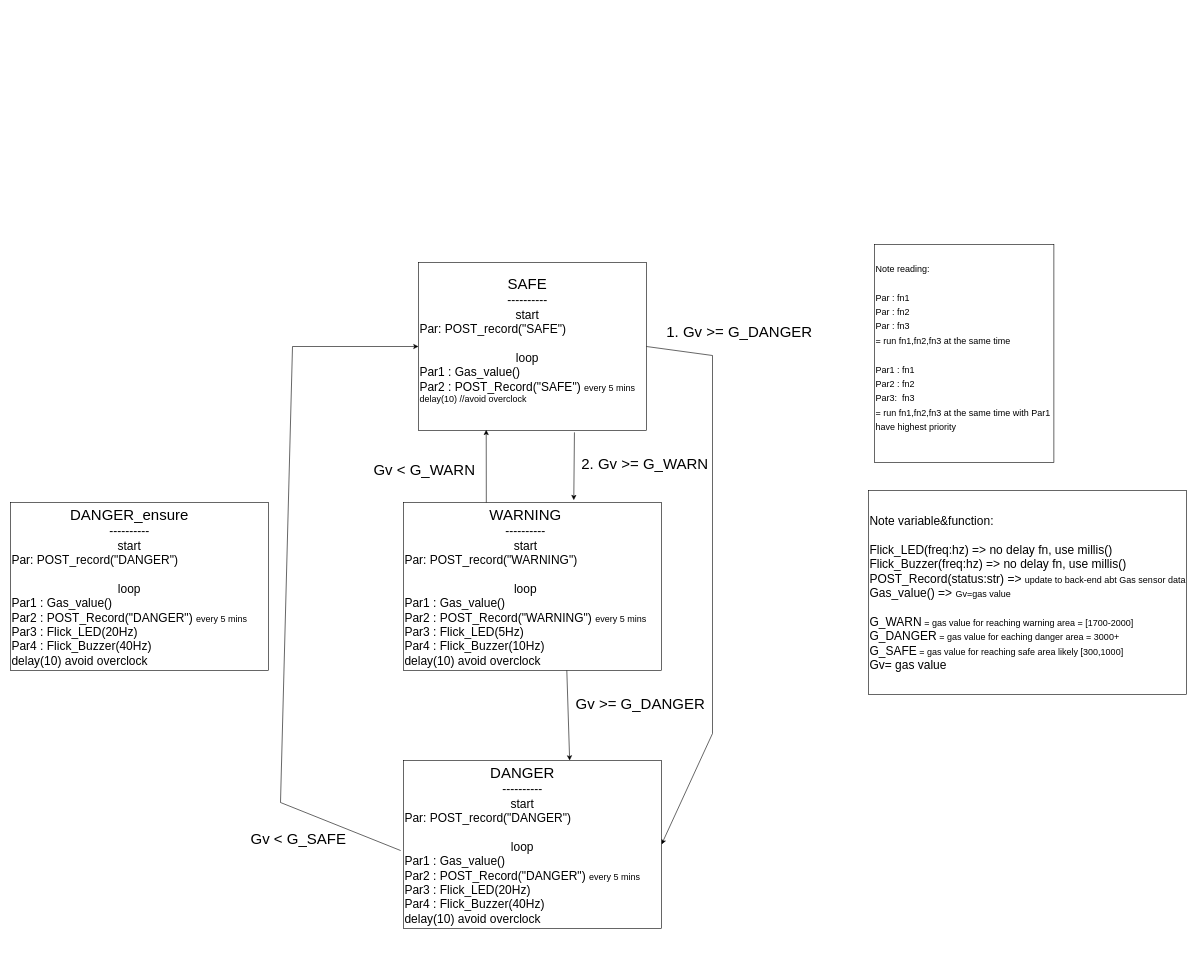
Before: Gas-Detector-State.drawio in exceed19-02/Gas-detector-hardware, a draw.io diagram. Source tidied: cells renumbered, new cells numbered last; positions are measured from the earlier drawing's top-left corner, leaving out a move shared by most shapes. Both pictures are drawn from the tidied source at 60%, with x=0, y=0 at pixel (10, 244).
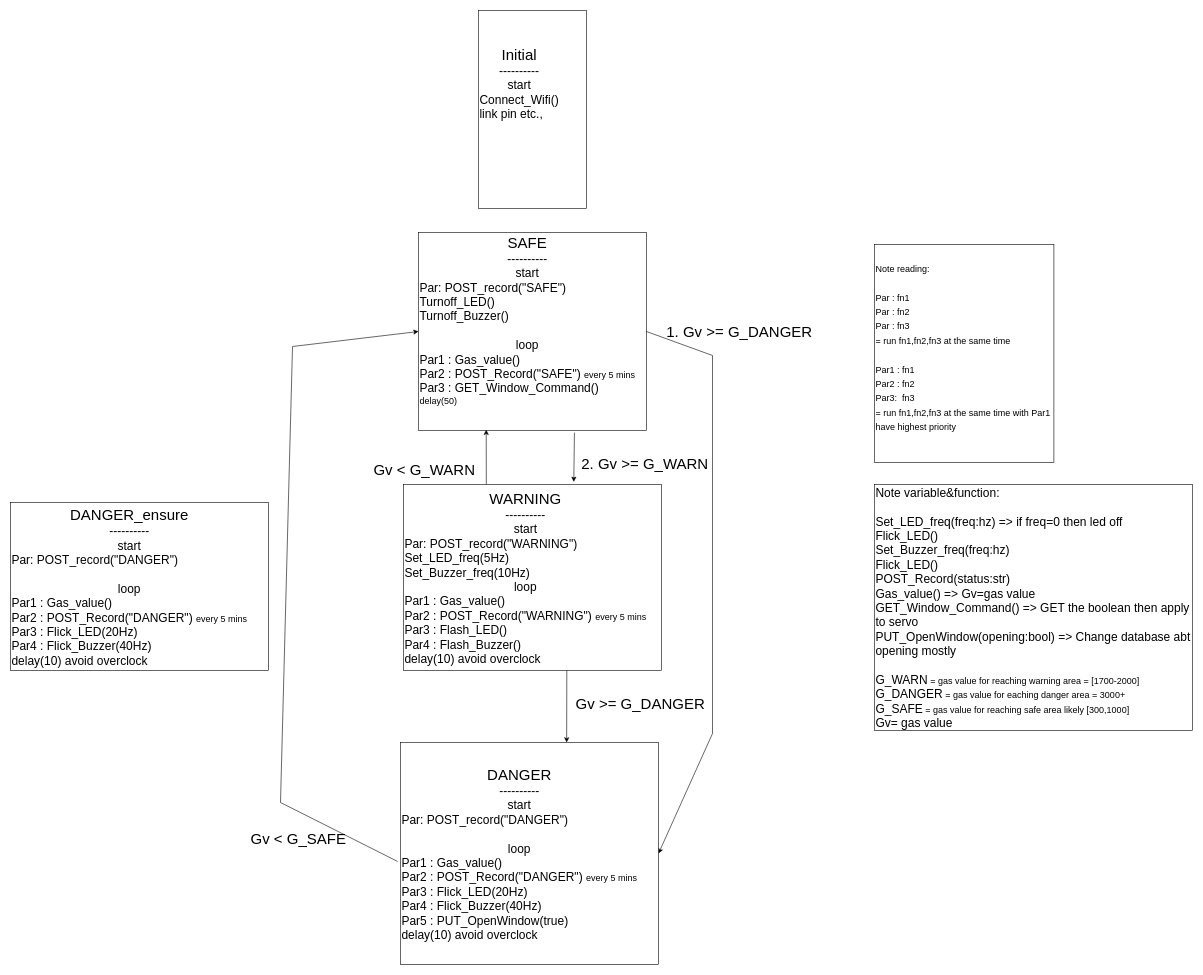
After the change.

Diff of the diagram source:
```diff
@@
-    <mxCell id="2" value="&lt;div style=&quot;text-align: center;&quot;&gt;&lt;span style=&quot;background-color: initial;&quot;&gt;&lt;font style=&quot;font-size: 25px;&quot;&gt;SAFE&lt;/font&gt;&lt;/span&gt;&lt;/div&gt;&lt;div style=&quot;text-align: center; font-size: 20px;&quot;&gt;&lt;span style=&quot;background-color: initial;&quot;&gt;&lt;font style=&quot;font-size: 20px;&quot;&gt;----------&lt;/font&gt;&lt;/span&gt;&lt;/div&gt;&lt;div style=&quot;text-align: center; font-size: 20px;&quot;&gt;start&lt;/div&gt;&lt;div style=&quot;font-size: 20px;&quot;&gt;Par: POST_record(&quot;SAFE&quot;)&lt;/div&gt;&lt;div style=&quot;font-size: 20px;&quot;&gt;&lt;br&gt;&lt;/div&gt;&lt;div style=&quot;text-align: center; font-size: 20px;&quot;&gt;&lt;font style=&quot;font-size: 20px;&quot;&gt;loop&lt;/font&gt;&lt;/div&gt;&lt;div style=&quot;font-size: 20px;&quot;&gt;Par1 : Gas_value()&lt;br&gt;&lt;/div&gt;&lt;div style=&quot;&quot;&gt;&lt;font style=&quot;font-size: 20px;&quot;&gt;Par2 : POST_Record(&quot;SAFE&quot;) &lt;/font&gt;&lt;font style=&quot;font-size: 15px;&quot;&gt;every 5 mins&lt;/font&gt;&lt;/div&gt;&lt;div style=&quot;&quot;&gt;&lt;span style=&quot;font-size: 15px;&quot;&gt;delay(10) //avoid overclock&lt;/span&gt;&lt;/div&gt;&lt;div style=&quot;font-size: 20px;&quot;&gt;&lt;br&gt;&lt;/div&gt;" style="rounded=0;whiteSpace=wrap;html=1;align=left;" parent="1" vertex="1">
-      <mxGeometry x="680" y="30" width="380" height="280" as="geometry" />
+    <mxCell id="2" value="&lt;div style=&quot;text-align: center;&quot;&gt;&lt;span style=&quot;background-color: initial;&quot;&gt;&lt;font style=&quot;font-size: 25px;&quot;&gt;SAFE&lt;/font&gt;&lt;/span&gt;&lt;/div&gt;&lt;div style=&quot;text-align: center; font-size: 20px;&quot;&gt;&lt;span style=&quot;background-color: initial;&quot;&gt;&lt;font style=&quot;font-size: 20px;&quot;&gt;----------&lt;/font&gt;&lt;/span&gt;&lt;/div&gt;&lt;div style=&quot;text-align: center; font-size: 20px;&quot;&gt;start&lt;/div&gt;&lt;div style=&quot;font-size: 20px;&quot;&gt;Par: POST_record(&quot;SAFE&quot;)&lt;/div&gt;&lt;div style=&quot;font-size: 20px;&quot;&gt;Turnoff_LED()&lt;/div&gt;&lt;div style=&quot;font-size: 20px;&quot;&gt;Turnoff_Buzzer()&lt;/div&gt;&lt;div style=&quot;font-size: 20px;&quot;&gt;&lt;br&gt;&lt;/div&gt;&lt;div style=&quot;text-align: center; font-size: 20px;&quot;&gt;&lt;font style=&quot;font-size: 20px;&quot;&gt;loop&lt;/font&gt;&lt;/div&gt;&lt;div style=&quot;font-size: 20px;&quot;&gt;Par1 : Gas_value()&lt;br&gt;&lt;/div&gt;&lt;div style=&quot;&quot;&gt;&lt;font style=&quot;font-size: 20px;&quot;&gt;Par2 : POST_Record(&quot;SAFE&quot;) &lt;/font&gt;&lt;font style=&quot;font-size: 15px;&quot;&gt;every 5 mins&lt;/font&gt;&lt;/div&gt;&lt;div style=&quot;&quot;&gt;&lt;font style=&quot;&quot;&gt;&lt;font style=&quot;font-size: 20px;&quot;&gt;Par3 : GET_Window_Command()&lt;/font&gt;&lt;br&gt;&lt;/font&gt;&lt;/div&gt;&lt;div style=&quot;&quot;&gt;&lt;span style=&quot;font-size: 15px;&quot;&gt;delay(50)&lt;/span&gt;&lt;/div&gt;&lt;div style=&quot;&quot;&gt;&lt;br&gt;&lt;/div&gt;&lt;div style=&quot;font-size: 20px;&quot;&gt;&lt;br&gt;&lt;/div&gt;" style="rounded=0;whiteSpace=wrap;html=1;align=left;" parent="1" vertex="1">
+      <mxGeometry x="680" y="-20" width="380" height="330" as="geometry" />
     </mxCell>
@@
-    <mxCell id="7" value="Note variable&amp;amp;function:&lt;br&gt;&lt;br&gt;Flick_LED(freq:hz) =&amp;gt; no delay fn, use millis()&lt;br&gt;Flick_Buzzer(freq:hz) =&amp;gt; no delay fn, use millis()&lt;br&gt;POST_Record(status:str) =&amp;gt; &lt;font style=&quot;&quot;&gt;&lt;span style=&quot;font-size: 15px;&quot;&gt;update to back-end abt Gas sensor data&lt;br&gt;&lt;/span&gt;Gas_value() =&amp;gt; &lt;font style=&quot;font-size: 15px;&quot;&gt;Gv=gas value&lt;/font&gt;&lt;br&gt;&lt;br&gt;&lt;font style=&quot;font-size: 20px;&quot;&gt;G_WARN&lt;/font&gt;&lt;/font&gt;&lt;font style=&quot;&quot;&gt;&lt;span style=&quot;font-size: 15px;&quot;&gt;&amp;nbsp;= gas value for reaching warning area = [1700-2000]&lt;/span&gt;&lt;br&gt;&lt;font style=&quot;font-size: 20px;&quot;&gt;G_DANGER&lt;/font&gt;&lt;/font&gt;&lt;font style=&quot;&quot;&gt;&lt;span style=&quot;font-size: 15px;&quot;&gt;&amp;nbsp;= gas value for eaching danger area = 3000+&lt;/span&gt;&lt;br&gt;&lt;font style=&quot;font-size: 20px;&quot;&gt;G_SAFE&lt;/font&gt;&lt;/font&gt;&lt;font style=&quot;&quot;&gt;&lt;span style=&quot;font-size: 15px;&quot;&gt;&amp;nbsp;= gas value for reaching safe area likely [300,1000]&lt;/span&gt;&lt;br&gt;&lt;font style=&quot;font-size: 20px;&quot;&gt;Gv= gas value&lt;/font&gt;&lt;br&gt;&lt;/font&gt;" style="rounded=0;whiteSpace=wrap;html=1;fontSize=20;align=left;" parent="1" vertex="1">
-      <mxGeometry x="1430" y="410" width="530" height="340" as="geometry" />
+    <mxCell id="7" value="&lt;font style=&quot;font-size: 20px;&quot;&gt;Note variable&amp;amp;function:&lt;br&gt;&lt;br&gt;Set_LED_freq(freq:hz) =&amp;gt; if freq=0 then led off&lt;br&gt;Flick_LED()&lt;br&gt;Set_Buzzer_freq(freq:hz)&lt;br&gt;Flick_LED()&lt;br&gt;POST_Record(status:str)&lt;/font&gt;&lt;font style=&quot;font-size: 20px;&quot;&gt;&lt;font style=&quot;font-size: 20px;&quot;&gt;&lt;br&gt;Gas_value() =&amp;gt; &lt;/font&gt;&lt;font style=&quot;font-size: 20px;&quot;&gt;&lt;font style=&quot;font-size: 20px;&quot;&gt;Gv=gas value&lt;br&gt;GET_Window_Command() =&amp;gt; GET the boolean then apply to servo&lt;/font&gt;&lt;br&gt;&lt;/font&gt;PUT_OpenWindow(opening:bool) =&amp;gt; Change database abt opening mostly&lt;br&gt;&lt;br&gt;&lt;font style=&quot;font-size: 20px;&quot;&gt;G_WARN&lt;/font&gt;&lt;/font&gt;&lt;font style=&quot;&quot;&gt;&lt;span style=&quot;font-size: 15px;&quot;&gt;&amp;nbsp;= gas value for reaching warning area = [1700-2000]&lt;/span&gt;&lt;br&gt;&lt;font style=&quot;font-size: 20px;&quot;&gt;G_DANGER&lt;/font&gt;&lt;/font&gt;&lt;font style=&quot;&quot;&gt;&lt;span style=&quot;font-size: 15px;&quot;&gt;&amp;nbsp;= gas value for eaching danger area = 3000+&lt;/span&gt;&lt;br&gt;&lt;font style=&quot;font-size: 20px;&quot;&gt;G_SAFE&lt;/font&gt;&lt;/font&gt;&lt;font style=&quot;&quot;&gt;&lt;span style=&quot;font-size: 15px;&quot;&gt;&amp;nbsp;= gas value for reaching safe area likely [300,1000]&lt;/span&gt;&lt;br&gt;&lt;font style=&quot;font-size: 20px;&quot;&gt;Gv= gas value&lt;/font&gt;&lt;br&gt;&lt;/font&gt;" style="rounded=0;whiteSpace=wrap;html=1;fontSize=20;align=left;" parent="1" vertex="1">
+      <mxGeometry x="1440" y="400" width="530" height="410" as="geometry" />
     </mxCell>
-    <mxCell id="8" value="&lt;div style=&quot;text-align: center;&quot;&gt;&lt;span style=&quot;background-color: initial;&quot;&gt;&lt;font style=&quot;font-size: 25px;&quot;&gt;WARNING&lt;/font&gt;&lt;/span&gt;&lt;/div&gt;&lt;div style=&quot;text-align: center; font-size: 20px;&quot;&gt;&lt;span style=&quot;background-color: initial;&quot;&gt;&lt;font style=&quot;font-size: 20px;&quot;&gt;----------&lt;/font&gt;&lt;/span&gt;&lt;/div&gt;&lt;div style=&quot;text-align: center; font-size: 20px;&quot;&gt;start&lt;/div&gt;&lt;div style=&quot;font-size: 20px;&quot;&gt;Par: POST_record(&quot;WARNING&quot;)&lt;/div&gt;&lt;div style=&quot;font-size: 20px;&quot;&gt;&lt;br&gt;&lt;/div&gt;&lt;div style=&quot;text-align: center; font-size: 20px;&quot;&gt;&lt;font style=&quot;font-size: 20px;&quot;&gt;loop&lt;/font&gt;&lt;/div&gt;&lt;div style=&quot;font-size: 20px;&quot;&gt;Par1 : Gas_value()&lt;br&gt;&lt;/div&gt;&lt;div style=&quot;&quot;&gt;&lt;font style=&quot;font-size: 20px;&quot;&gt;Par2 : POST_Record(&quot;WARNING&quot;) &lt;/font&gt;&lt;font style=&quot;font-size: 15px;&quot;&gt;every 5 mins&lt;/font&gt;&lt;/div&gt;&lt;div style=&quot;font-size: 20px;&quot;&gt;Par3 : Flick_LED(5Hz)&lt;/div&gt;&lt;div style=&quot;font-size: 20px;&quot;&gt;Par4 : Flick_Buzzer(10Hz)&lt;/div&gt;&lt;div style=&quot;font-size: 20px;&quot;&gt;delay(10) avoid overclock&lt;/div&gt;" style="rounded=0;whiteSpace=wrap;html=1;align=left;" parent="1" vertex="1">
-      <mxGeometry x="655" y="430" width="430" height="280" as="geometry" />
+    <mxCell id="8" value="&lt;div style=&quot;text-align: center;&quot;&gt;&lt;span style=&quot;background-color: initial;&quot;&gt;&lt;font style=&quot;font-size: 25px;&quot;&gt;WARNING&lt;/font&gt;&lt;/span&gt;&lt;/div&gt;&lt;div style=&quot;text-align: center; font-size: 20px;&quot;&gt;&lt;span style=&quot;background-color: initial;&quot;&gt;&lt;font style=&quot;font-size: 20px;&quot;&gt;----------&lt;/font&gt;&lt;/span&gt;&lt;/div&gt;&lt;div style=&quot;text-align: center; font-size: 20px;&quot;&gt;start&lt;/div&gt;&lt;div style=&quot;font-size: 20px;&quot;&gt;Par: POST_record(&quot;WARNING&quot;)&lt;/div&gt;&lt;div style=&quot;font-size: 20px;&quot;&gt;Set_LED_freq(5Hz)&lt;/div&gt;&lt;div style=&quot;font-size: 20px;&quot;&gt;Set_Buzzer_freq(10Hz)&lt;/div&gt;&lt;div style=&quot;text-align: center; font-size: 20px;&quot;&gt;&lt;font style=&quot;font-size: 20px;&quot;&gt;loop&lt;/font&gt;&lt;/div&gt;&lt;div style=&quot;font-size: 20px;&quot;&gt;Par1 : Gas_value()&lt;br&gt;&lt;/div&gt;&lt;div style=&quot;&quot;&gt;&lt;font style=&quot;font-size: 20px;&quot;&gt;Par2 : POST_Record(&quot;WARNING&quot;) &lt;/font&gt;&lt;font style=&quot;font-size: 15px;&quot;&gt;every 5 mins&lt;/font&gt;&lt;/div&gt;&lt;div style=&quot;font-size: 20px;&quot;&gt;Par3 : Flash_LED()&lt;/div&gt;&lt;div style=&quot;font-size: 20px;&quot;&gt;Par4 : Flash_Buzzer()&lt;/div&gt;&lt;div style=&quot;font-size: 20px;&quot;&gt;delay(10) avoid overclock&lt;/div&gt;" style="rounded=0;whiteSpace=wrap;html=1;align=left;" parent="1" vertex="1">
+      <mxGeometry x="655" y="400" width="430" height="310" as="geometry" />
     </mxCell>
-    <mxCell id="9" value="&lt;div style=&quot;text-align: center;&quot;&gt;&lt;span style=&quot;background-color: initial;&quot;&gt;&lt;font style=&quot;font-size: 25px;&quot;&gt;DANGER&lt;/font&gt;&lt;/span&gt;&lt;/div&gt;&lt;div style=&quot;text-align: center; font-size: 20px;&quot;&gt;&lt;span style=&quot;background-color: initial;&quot;&gt;&lt;font style=&quot;font-size: 20px;&quot;&gt;----------&lt;/font&gt;&lt;/span&gt;&lt;/div&gt;&lt;div style=&quot;text-align: center; font-size: 20px;&quot;&gt;start&lt;/div&gt;&lt;div style=&quot;font-size: 20px;&quot;&gt;Par: POST_record(&quot;DANGER&quot;)&lt;/div&gt;&lt;div style=&quot;font-size: 20px;&quot;&gt;&lt;br&gt;&lt;/div&gt;&lt;div style=&quot;text-align: center; font-size: 20px;&quot;&gt;&lt;font style=&quot;font-size: 20px;&quot;&gt;loop&lt;/font&gt;&lt;/div&gt;&lt;div style=&quot;font-size: 20px;&quot;&gt;Par1 : Gas_value()&lt;br&gt;&lt;/div&gt;&lt;div style=&quot;&quot;&gt;&lt;font style=&quot;font-size: 20px;&quot;&gt;Par2 : POST_Record(&quot;DANGER&quot;) &lt;/font&gt;&lt;font style=&quot;font-size: 15px;&quot;&gt;every 5 mins&lt;/font&gt;&lt;/div&gt;&lt;div style=&quot;font-size: 20px;&quot;&gt;Par3 : Flick_LED(20Hz)&lt;/div&gt;&lt;div style=&quot;font-size: 20px;&quot;&gt;Par4 : Flick_Buzzer(40Hz)&lt;/div&gt;&lt;div style=&quot;font-size: 20px;&quot;&gt;delay(10) avoid overclock&lt;/div&gt;" style="rounded=0;whiteSpace=wrap;html=1;align=left;" parent="1" vertex="1">
-      <mxGeometry x="655" y="860" width="430" height="280" as="geometry" />
+    <mxCell id="9" value="&lt;div style=&quot;text-align: center;&quot;&gt;&lt;span style=&quot;background-color: initial;&quot;&gt;&lt;font style=&quot;font-size: 25px;&quot;&gt;DANGER&lt;/font&gt;&lt;/span&gt;&lt;/div&gt;&lt;div style=&quot;text-align: center; font-size: 20px;&quot;&gt;&lt;span style=&quot;background-color: initial;&quot;&gt;&lt;font style=&quot;font-size: 20px;&quot;&gt;----------&lt;/font&gt;&lt;/span&gt;&lt;/div&gt;&lt;div style=&quot;text-align: center; font-size: 20px;&quot;&gt;start&lt;/div&gt;&lt;div style=&quot;font-size: 20px;&quot;&gt;Par: POST_record(&quot;DANGER&quot;)&lt;/div&gt;&lt;div style=&quot;font-size: 20px;&quot;&gt;&lt;br&gt;&lt;/div&gt;&lt;div style=&quot;text-align: center; font-size: 20px;&quot;&gt;&lt;font style=&quot;font-size: 20px;&quot;&gt;loop&lt;/font&gt;&lt;/div&gt;&lt;div style=&quot;font-size: 20px;&quot;&gt;Par1 : Gas_value()&lt;br&gt;&lt;/div&gt;&lt;div style=&quot;&quot;&gt;&lt;font style=&quot;font-size: 20px;&quot;&gt;Par2 : POST_Record(&quot;DANGER&quot;) &lt;/font&gt;&lt;font style=&quot;font-size: 15px;&quot;&gt;every 5 mins&lt;/font&gt;&lt;/div&gt;&lt;div style=&quot;font-size: 20px;&quot;&gt;Par3 : Flick_LED(20Hz)&lt;/div&gt;&lt;div style=&quot;font-size: 20px;&quot;&gt;Par4 : Flick_Buzzer(40Hz)&lt;/div&gt;&lt;div style=&quot;font-size: 20px;&quot;&gt;Par5 : PUT_OpenWindow(true)&lt;/div&gt;&lt;div style=&quot;font-size: 20px;&quot;&gt;delay(10) avoid overclock&lt;/div&gt;" style="rounded=0;whiteSpace=wrap;html=1;align=left;" parent="1" vertex="1">
+      <mxGeometry x="650" y="830" width="430" height="370" as="geometry" />
     </mxCell>
@@
+    <mxCell id="18" value="&lt;div style=&quot;text-align: center;&quot;&gt;&lt;span style=&quot;background-color: initial;&quot;&gt;&lt;font style=&quot;font-size: 25px;&quot;&gt;Initial&lt;/font&gt;&lt;/span&gt;&lt;/div&gt;&lt;div style=&quot;text-align: center; font-size: 20px;&quot;&gt;&lt;span style=&quot;background-color: initial;&quot;&gt;&lt;font style=&quot;font-size: 20px;&quot;&gt;----------&lt;/font&gt;&lt;/span&gt;&lt;/div&gt;&lt;div style=&quot;text-align: center; font-size: 20px;&quot;&gt;start&lt;/div&gt;&lt;div style=&quot;font-size: 20px;&quot;&gt;Connect_Wifi()&lt;/div&gt;&lt;div style=&quot;font-size: 20px;&quot;&gt;link pin etc.,&lt;/div&gt;&lt;div style=&quot;font-size: 20px;&quot;&gt;&lt;br&gt;&lt;/div&gt;&lt;div style=&quot;text-align: center; font-size: 20px;&quot;&gt;&lt;br&gt;&lt;/div&gt;&lt;div style=&quot;&quot;&gt;&lt;br&gt;&lt;/div&gt;&lt;div style=&quot;font-size: 20px;&quot;&gt;&lt;br&gt;&lt;/div&gt;" style="rounded=0;whiteSpace=wrap;html=1;align=left;" parent="1" vertex="1">
+      <mxGeometry x="780" y="-390" width="180" height="330" as="geometry" />
+    </mxCell>
```
